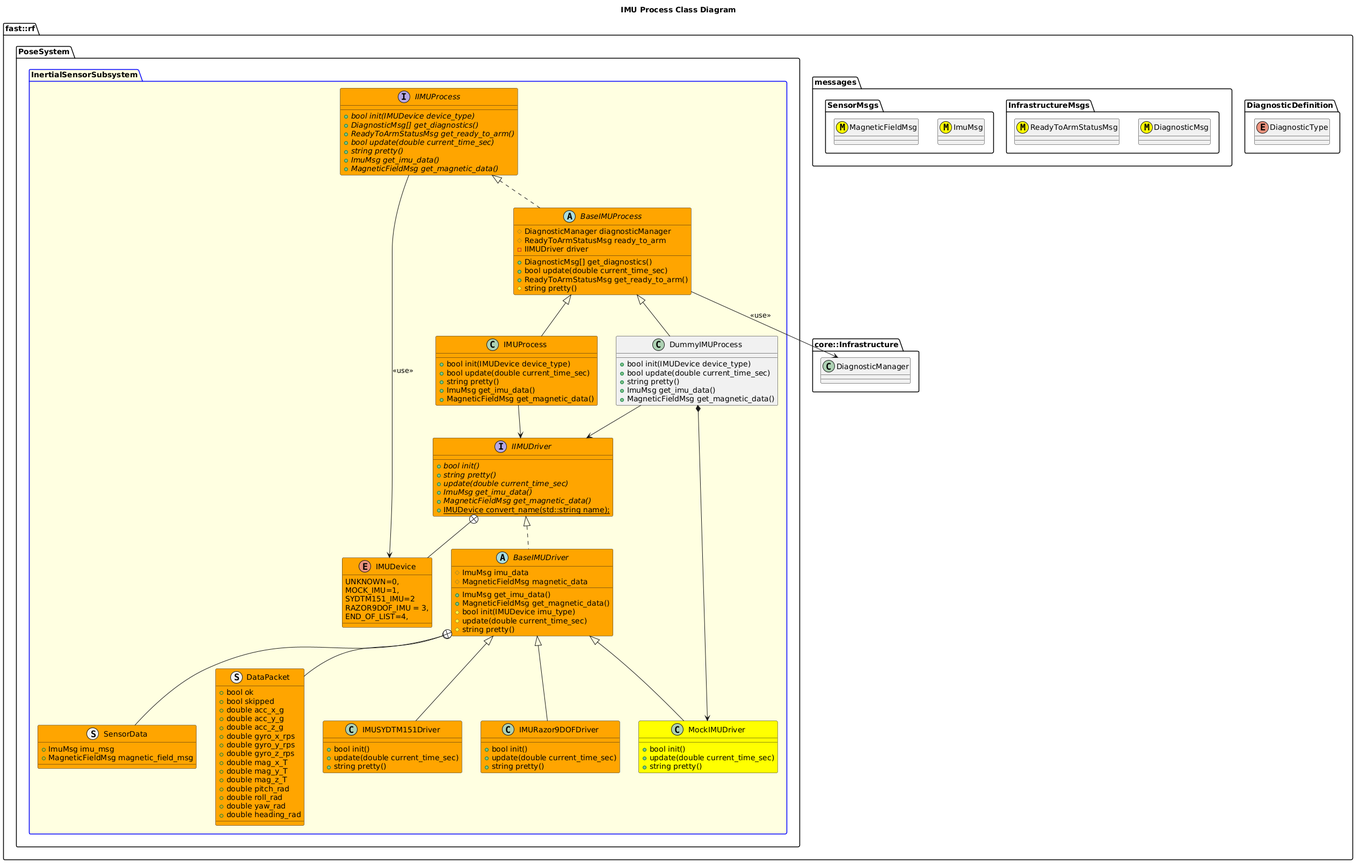
fastrobotics/robot_framework keeps this PlantUML diagram as Systems/Pose/Subsystems/InertialSensor/Processes/IMU/doc/puml/IMUProcessClassDiagram.png. Above is the earlier version.
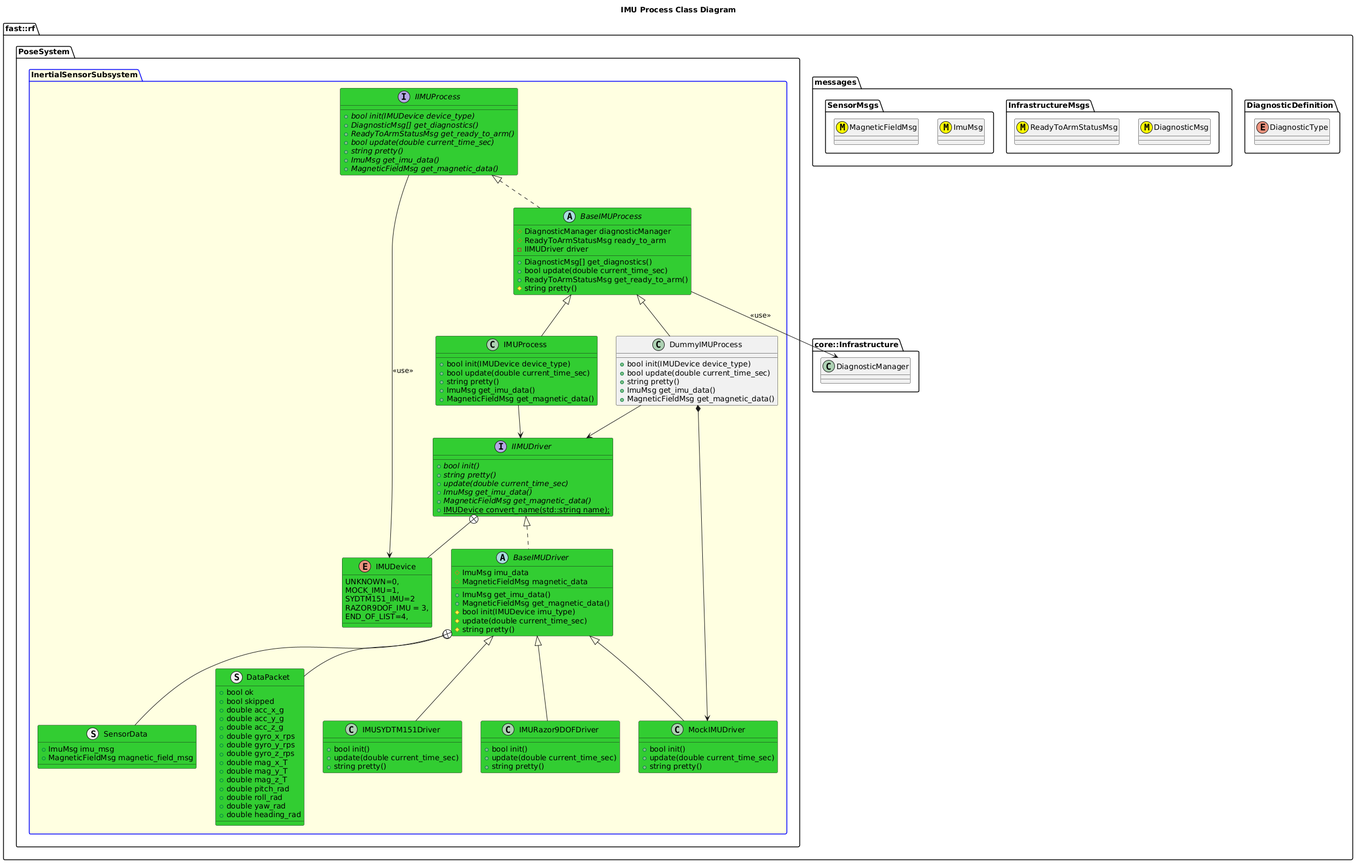
After the commit.

Diff of the diagram source:
```diff
@@ -20,7 +20,7 @@
   }
   namespace PoseSystem {
     package InertialSensorSubsystem #LightYellow;line:blue {
-        interface IIMUProcess #Orange {
+        interface IIMUProcess #LimeGreen {
           +{abstract} bool init(IMUDevice device_type)
           +{abstract} DiagnosticMsg[] get_diagnostics()
           +{abstract} ReadyToArmStatusMsg get_ready_to_arm()
@@ -31,7 +31,7 @@
         }
         IIMUProcess --> IMUDevice: <<use>>
 
-        abstract BaseIMUProcess #Orange {
+        abstract BaseIMUProcess #LimeGreen {
           +DiagnosticMsg[] get_diagnostics()
           +bool update(double current_time_sec)
           +ReadyToArmStatusMsg get_ready_to_arm()
@@ -44,14 +44,14 @@
         BaseIMUProcess .up.|> IIMUProcess
         BaseIMUProcess --> DiagnosticManager: <<use>>
 
-        enum IMUDevice #Orange {
+        enum IMUDevice #LimeGreen {
           UNKNOWN=0,
           MOCK_IMU=1,
           SYDTM151_IMU=2
           RAZOR9DOF_IMU = 3,
           END_OF_LIST=4,
         }
-        interface IIMUDriver #Orange {
+        interface IIMUDriver #LimeGreen {
           +{abstract} bool init()
           +{abstract} string pretty()
           +{abstract} update(double current_time_sec)
@@ -60,11 +60,11 @@
           +{static} IMUDevice convert_name(std::string name);
         }
         IIMUDriver +-- IMUDevice
-        struct SensorData #Orange {
+        struct SensorData #LimeGreen {
           +ImuMsg imu_msg
           +MagneticFieldMsg magnetic_field_msg
         }
-        struct DataPacket #Orange {
+        struct DataPacket #LimeGreen {
             +bool ok
             +bool skipped
             +double acc_x_g
@@ -81,7 +81,7 @@
             +double yaw_rad
             +double heading_rad
         }
-        abstract BaseIMUDriver #Orange {
+        abstract BaseIMUDriver #LimeGreen {
           +ImuMsg get_imu_data()
           +MagneticFieldMsg get_magnetic_data()
           #bool init(IMUDevice imu_type)
@@ -94,7 +94,7 @@
         BaseIMUDriver +-- SensorData
         BaseIMUDriver +-- DataPacket
 
-        class MockIMUDriver #Yellow {
+        class MockIMUDriver #LimeGreen {
            +bool init()
            +update(double current_time_sec)
            +string pretty()
@@ -102,19 +102,19 @@
         }
         MockIMUDriver -up-|> BaseIMUDriver
 
-        class IMUSYDTM151Driver #Orange {
+        class IMUSYDTM151Driver #LimeGreen {
            +bool init()
            +update(double current_time_sec)
            +string pretty()
         }
         IMUSYDTM151Driver -up-|> BaseIMUDriver
-        class IMURazor9DOFDriver #Orange {
+        class IMURazor9DOFDriver #LimeGreen {
            +bool init()
            +update(double current_time_sec)
            +string pretty()
         }
         IMURazor9DOFDriver -up-|> BaseIMUDriver
-        class IMUProcess #Orange {
+        class IMUProcess #LimeGreen {
           +bool init(IMUDevice device_type)
           +bool update(double current_time_sec)
           +string pretty()
```
